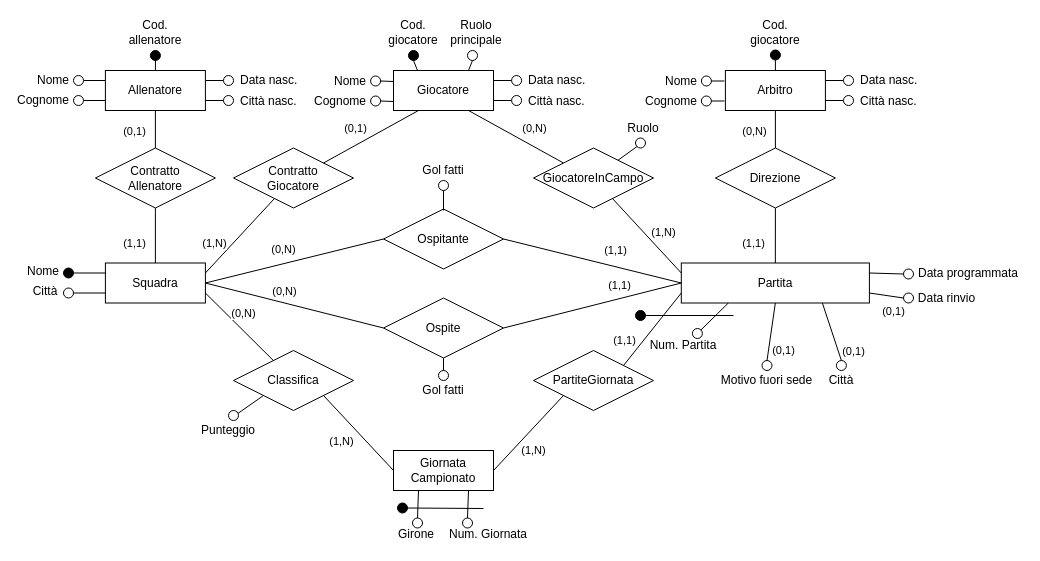
This is page "DopoId" (12 of 12) of Campionato.drawio from miguel76/corso-bdd, a draw.io file, before an edit. Source tidied: cells renumbered, new cells numbered last; positions are measured from the earlier drawing's top-left corner, leaving out a move shared by most shapes. Both pictures are drawn from the tidied source at 100%, with x=0, y=0 at pixel (23, 22).
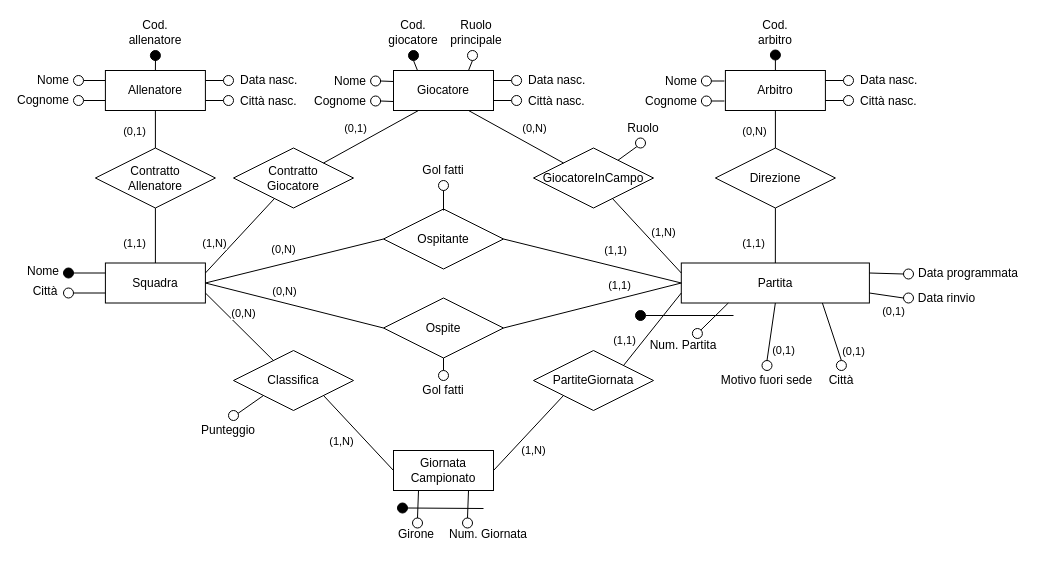
The same diagram, later.

What changed in the source:
```diff
@@
-    <mxCell id="141" value="Cod. giocatore" style="text;html=1;strokeColor=none;fillColor=none;align=center;verticalAlign=middle;whiteSpace=wrap;rounded=0;" parent="1" vertex="1">
+    <mxCell id="141" value="Cod. arbitro" style="text;html=1;strokeColor=none;fillColor=none;align=center;verticalAlign=middle;whiteSpace=wrap;rounded=0;" parent="1" vertex="1">
       <mxGeometry x="731.9" y="-0.5" width="40" height="20" as="geometry" />
     </mxCell>
```
